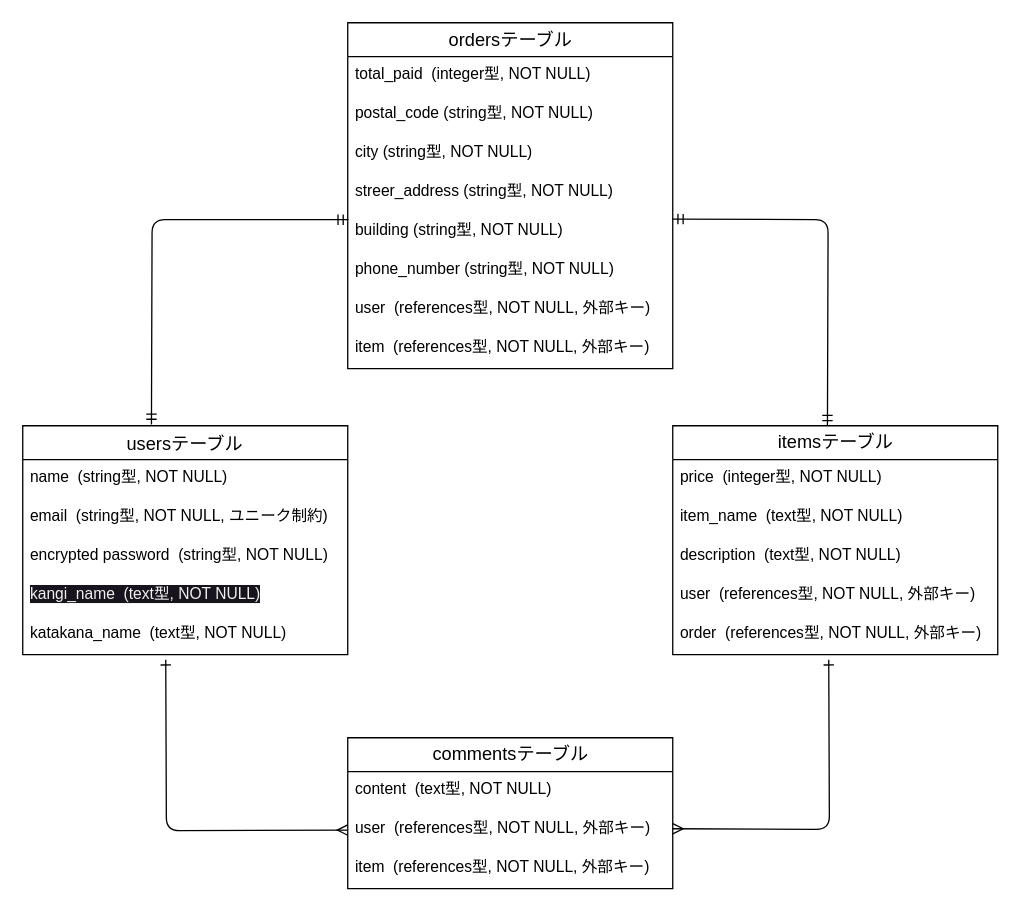
Before: ER_furima-40384.dio in hiro501/furima-40384, a draw.io diagram. Source tidied: cells renumbered, new cells numbered last; positions are measured from the earlier drawing's top-left corner, leaving out a move shared by most shapes. Both pictures are drawn from the tidied source at 130%, with x=0, y=0 at pixel (22, 22).
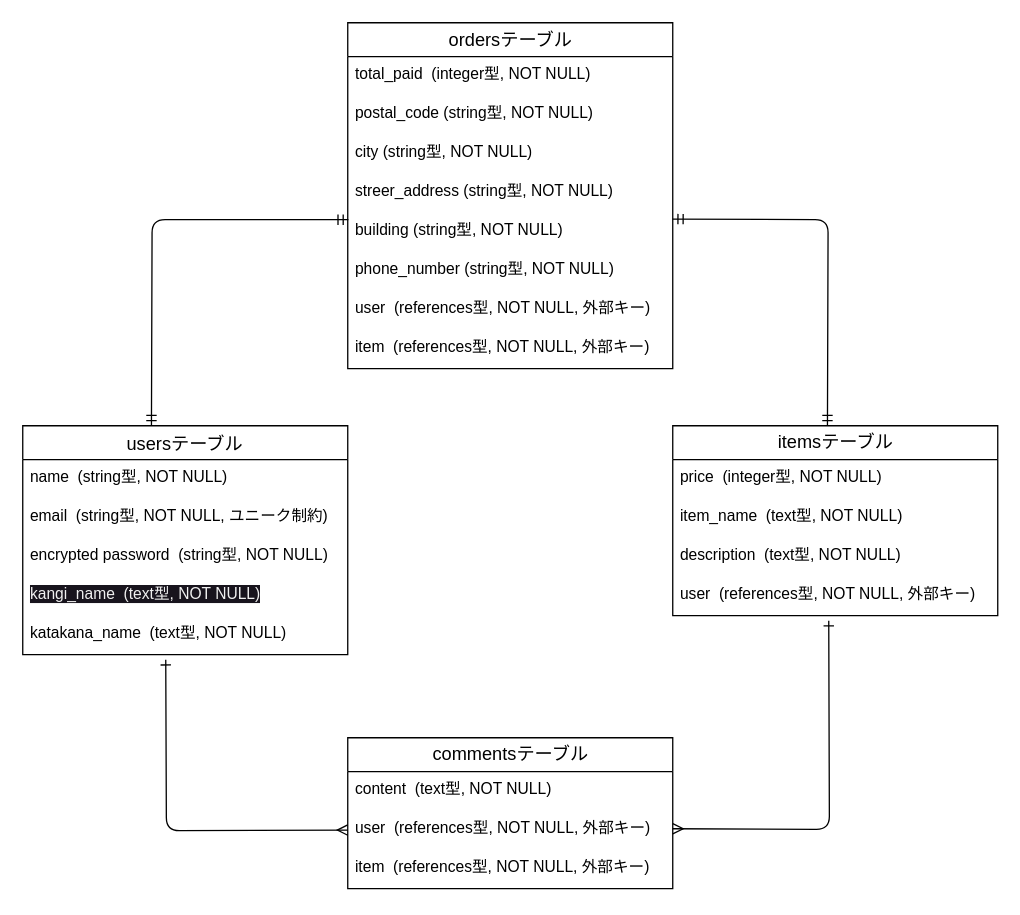
After the change.

The change refers to these unchanged cells:
```xml
<mxCell id="23" value="building (string型, NOT NULL)" style="text;strokeColor=none;fillColor=none;spacingLeft=4;spacingRight=4;overflow=hidden;points=[[0,0.5],[1,0.5]];portConstraint=eastwest;fontSize=12;labelBackgroundColor=default;html=1;" parent="18" vertex="1">
  <mxGeometry y="146" width="250" height="30" as="geometry" />
</mxCell>
```

Change to the diagram source:
```diff
@@
     <mxCell id="8" value="itemsテーブル" style="swimlane;fontStyle=0;horizontal=1;startSize=26;align=center;fontSize=14;labelBackgroundColor=default;html=1;" parent="1" vertex="1">
-      <mxGeometry x="500" y="310" width="250" height="176" as="geometry" />
+      <mxGeometry x="500" y="310" width="250" height="146" as="geometry" />
     </mxCell>
@@
-    <mxCell id="13" value="order&amp;nbsp; (references型, NOT NULL, 外部キー)" style="text;strokeColor=none;fillColor=none;spacingLeft=4;spacingRight=4;overflow=hidden;fontSize=12;labelBackgroundColor=default;html=1;" parent="8" vertex="1">
-      <mxGeometry y="146" width="250" height="30" as="geometry" />
-    </mxCell>
@@
     <mxCell id="28" style="edgeStyle=orthogonalEdgeStyle;fontSize=12;html=1;endArrow=ERone;startArrow=ERmany;endFill=0;" parent="1" edge="1">
       <mxGeometry relative="1" as="geometry">
         <mxPoint x="500" y="620" as="sourcePoint" />
-        <mxPoint x="620" y="490" as="targetPoint" />
+        <mxPoint x="620" y="460" as="targetPoint" />
       </mxGeometry>
     </mxCell>
@@
     <mxCell id="30" style="edgeStyle=orthogonalEdgeStyle;fontSize=12;html=1;endArrow=ERmandOne;startArrow=ERmandOne;exitX=0.002;exitY=0.183;exitDx=0;exitDy=0;exitPerimeter=0;" parent="1" edge="1" source="23">
       <mxGeometry relative="1" as="geometry">
-        <mxPoint x="99" y="309" as="targetPoint" />
+        <mxPoint x="99" y="310" as="targetPoint" />
       </mxGeometry>
     </mxCell>
```
